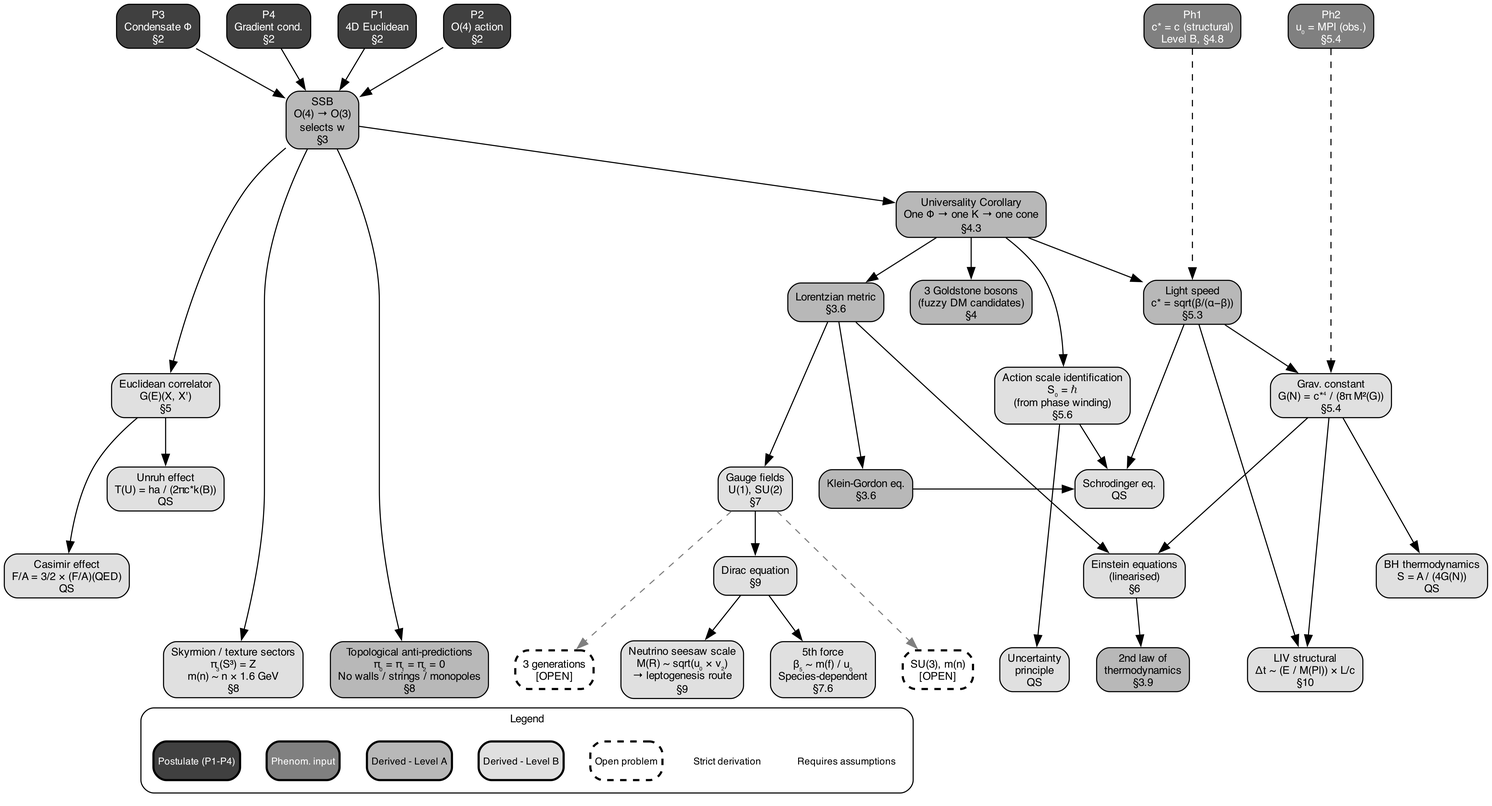
Before: figures/fig_partI_derivation_logic.png, a diagram exported from Graphviz (chufelo/ECT-preprint-code). Its source is kept beside it as fig_partI_derivation_logic.gv.
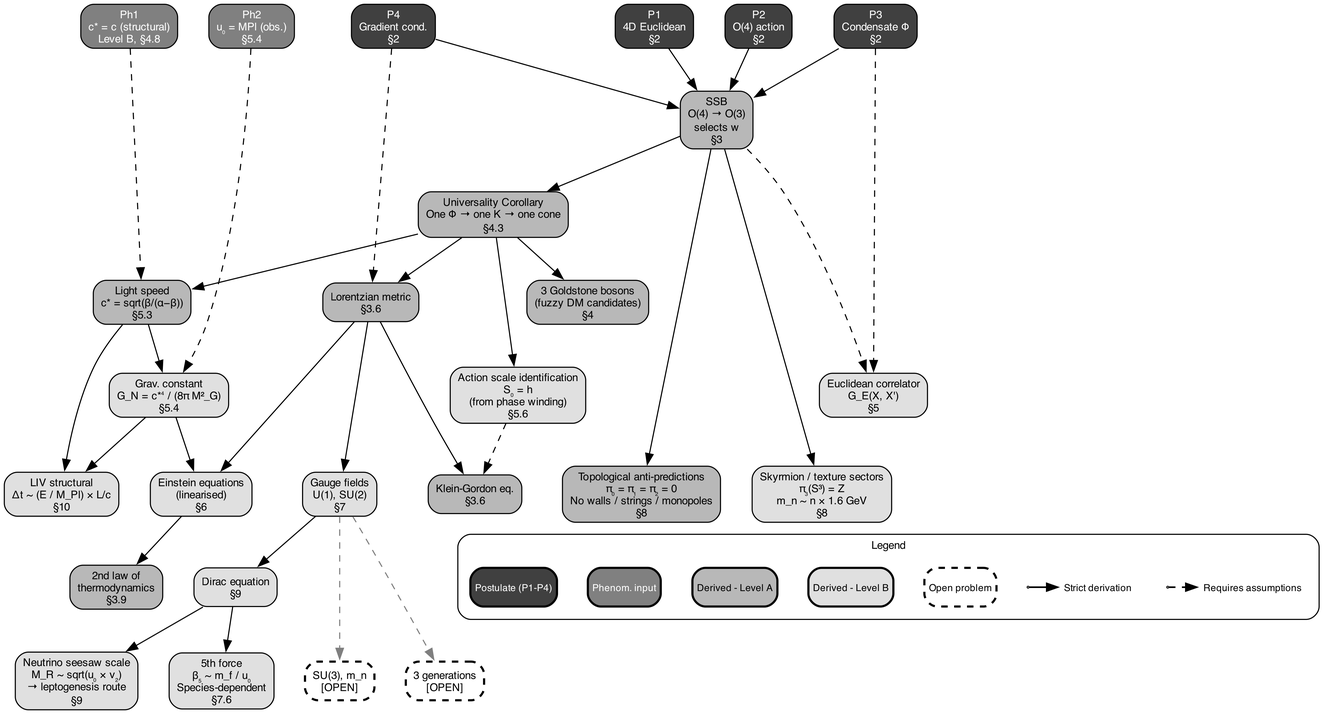
Later version of the same file.

Commit message:
Part I figure: CRITICAL FIX — remove QS blocks, fix legend, fix postulate arrows

The edit, as a diff of the source:
```diff
@@ -5,7 +5,7 @@
   edge [fontname="Helvetica", fontsize=8];
   newrank=true;
   splines=true;
-  nodesep=0.35;
+  nodesep=0.40;
   ranksep=0.55;
 
   node [fillcolor="#404040", fontcolor=white];
@@ -29,54 +29,69 @@
   topo_anti [label="Topological anti-predictions\nπ₀ = π₁ = π₂ = 0\nNo walls / strings / monopoles\n§8"];
 
   node [fillcolor="#e0e0e0", fontcolor=black];
-  hbar [label="Action scale identification\nS₀ = ℏ\n(from phase winding)\n§5.6"];
-  GE [label="Euclidean correlator\nG(E)(X, X')\n§5"];
-  GN [label="Grav. constant\nG(N) = c*⁴ / (8π M²(G))\n§5.4"];
+  S0 [label="Action scale identification\nS₀ = h\n(from phase winding)\n§5.6"];
+  GE [label="Euclidean correlator\nG_E(X, X')\n§5"];
+  GN [label="Grav. constant\nG_N = c*⁴ / (8π M²_G)\n§5.4"];
   gauge [label="Gauge fields\nU(1), SU(2)\n§7"];
-  unruh [label="Unruh effect\nT(U) = ha / (2πc*k(B))\nQS"];
-  casimir [label="Casimir effect\nF/A = 3/2 × (F/A)(QED)\nQS"];
-  schrodinger [label="Schrodinger eq.\nQS"];
   dirac [label="Dirac equation\n§9"];
-  BH [label="BH thermodynamics\nS = A / (4G(N))\nQS"];
   einstein [label="Einstein equations\n(linearised)\n§6"];
-  fifth [label="5th force\nβ₅ ~ m(f) / u₀\nSpecies-dependent\n§7.6"];
-  uncert [label="Uncertainty\nprinciple\nQS"];
-  skyrmion [label="Skyrmion / texture sectors\nπ₃(S³) = Z\nm(n) ~ n × 1.6 GeV\n§8"];
-  LIV [label="LIV structural\nΔt ~ (E / M(Pl)) × L/c\n§10"];
-  seesaw [label="Neutrino seesaw scale\nM(R) ~ sqrt(u₀ × v₂)\n→ leptogenesis route\n§9"];
+  fifth [label="5th force\nβ₅ ~ m_f / u₀\nSpecies-dependent\n§7.6"];
+  skyrmion [label="Skyrmion / texture sectors\nπ₃(S³) = Z\nm_n ~ n × 1.6 GeV\n§8"];
+  LIV [label="LIV structural\nΔt ~ (E / M_Pl) × L/c\n§10"];
+  seesaw [label="Neutrino seesaw scale\nM_R ~ sqrt(u₀ × v₂)\n→ leptogenesis route\n§9"];
 
   node [fillcolor="white", style="rounded,dashed", fontcolor=black, penwidth=2];
-  SU3 [label="SU(3), m(n)\n[OPEN]"];
+  SU3 [label="SU(3), m_n\n[OPEN]"];
   threegen [label="3 generations\n[OPEN]"];
 
-  {rank=same; P1; P2; P3; P4; Ph2; Ph1}
+  {rank=same; P1; P2; P3; P4; Ph1; Ph2}
   {rank=same; lorentz; goldstone; cstar}
-  {rank=same; hbar; GE; GN}
-  {rank=same; gauge; KG; schrodinger; unruh}
-  {rank=same; dirac; BH; casimir; einstein}
-  {rank=same; SU3; fifth; uncert; second_law; threegen}
-  {rank=same; topo_anti; skyrmion; LIV; seesaw}
+  {rank=same; S0; GE; GN}
+  {rank=same; gauge; KG; einstein}
+  {rank=same; dirac; second_law}
+  {rank=same; SU3; fifth; threegen; seesaw}
+  {rank=same; topo_anti; skyrmion; LIV}
 
-  P1 -> SSB; P2 -> SSB; P3 -> SSB; P4 -> SSB;
+  P1 -> SSB;
+  P2 -> SSB;
+  P3 -> SSB;
+  P4 -> SSB;
+
   SSB -> UC;
-  UC -> lorentz; UC -> goldstone; UC -> cstar;
-  SSB -> GE; UC -> hbar;
+  UC -> lorentz;
+  UC -> goldstone;
+  UC -> cstar;
+  UC -> S0;
+
+  lorentz -> KG;
+  lorentz -> gauge;
+  lorentz -> einstein;
+
   cstar -> GN;
+  GN -> einstein;
+
+  SSB -> topo_anti;
+  SSB -> skyrmion;
+
+  gauge -> dirac;
+  dirac -> fifth;
+  dirac -> seesaw;
+
+  einstein -> second_law;
+
+  cstar -> LIV;
+  GN -> LIV;
+
+  Ph1 -> cstar [style=dashed];
   Ph2 -> GN [style=dashed];
-  Ph1 -> cstar [style=dashed];
-  lorentz -> KG; lorentz -> gauge;
-  GE -> unruh; GE -> casimir;
-  hbar -> schrodinger; cstar -> schrodinger; KG -> schrodinger;
-  gauge -> dirac;
-  lorentz -> einstein; GN -> einstein; GN -> BH;
-  dirac -> fifth;
+  P3 -> GE [style=dashed];
+  P4 -> lorentz [style=dashed];
+
+  SSB -> GE [style=dashed];
+  S0 -> KG [style=dashed];
+
   gauge -> SU3 [style=dashed, color=gray50];
   gauge -> threegen [style=dashed, color=gray50];
-  einstein -> second_law; hbar -> uncert;
-  SSB -> topo_anti;
-  SSB -> skyrmion;
-  cstar -> LIV; GN -> LIV;
-  dirac -> seesaw;
 
   subgraph cluster_legend {
     label="Legend";
@@ -95,16 +110,23 @@
     leg_b [label="Derived - Level B", fillcolor="#e0e0e0", style="rounded,filled"];
     leg_o [label="Open problem", fillcolor="white", style="rounded,dashed", penwidth=2];
 
-    arr_solid [label="Strict derivation", shape=plaintext, fillcolor=white, style=""];
-    arr_dashed [label="Requires assumptions", shape=plaintext, fillcolor=white, style=""];
+    node [shape=point, width=0.01, fillcolor=black, style=filled];
+    arr_s_from [label=""];
+    arr_d_from [label=""];
+
+    node [shape=plaintext, fillcolor=white, style="", fontsize=9];
+    arr_s_to [label="Strict derivation"];
+    arr_d_to [label="Requires assumptions"];
 
     leg_p -> leg_ph [style=invis];
     leg_ph -> leg_a [style=invis];
     leg_a -> leg_b [style=invis];
     leg_b -> leg_o [style=invis];
-    leg_o -> arr_solid [style=invis];
-    arr_solid -> arr_dashed [style=invis];
-    {rank=same; leg_p; leg_ph; leg_a; leg_b; leg_o; arr_solid; arr_dashed}
+    leg_o -> arr_s_from [style=invis];
+    arr_s_from -> arr_s_to [penwidth=1.5];
+    arr_s_to -> arr_d_from [style=invis];
+    arr_d_from -> arr_d_to [style=dashed, penwidth=1.5];
+    {rank=same; leg_p; leg_ph; leg_a; leg_b; leg_o; arr_s_from; arr_s_to; arr_d_from; arr_d_to}
   }
   topo_anti -> leg_a [style=invis];
 }
```
